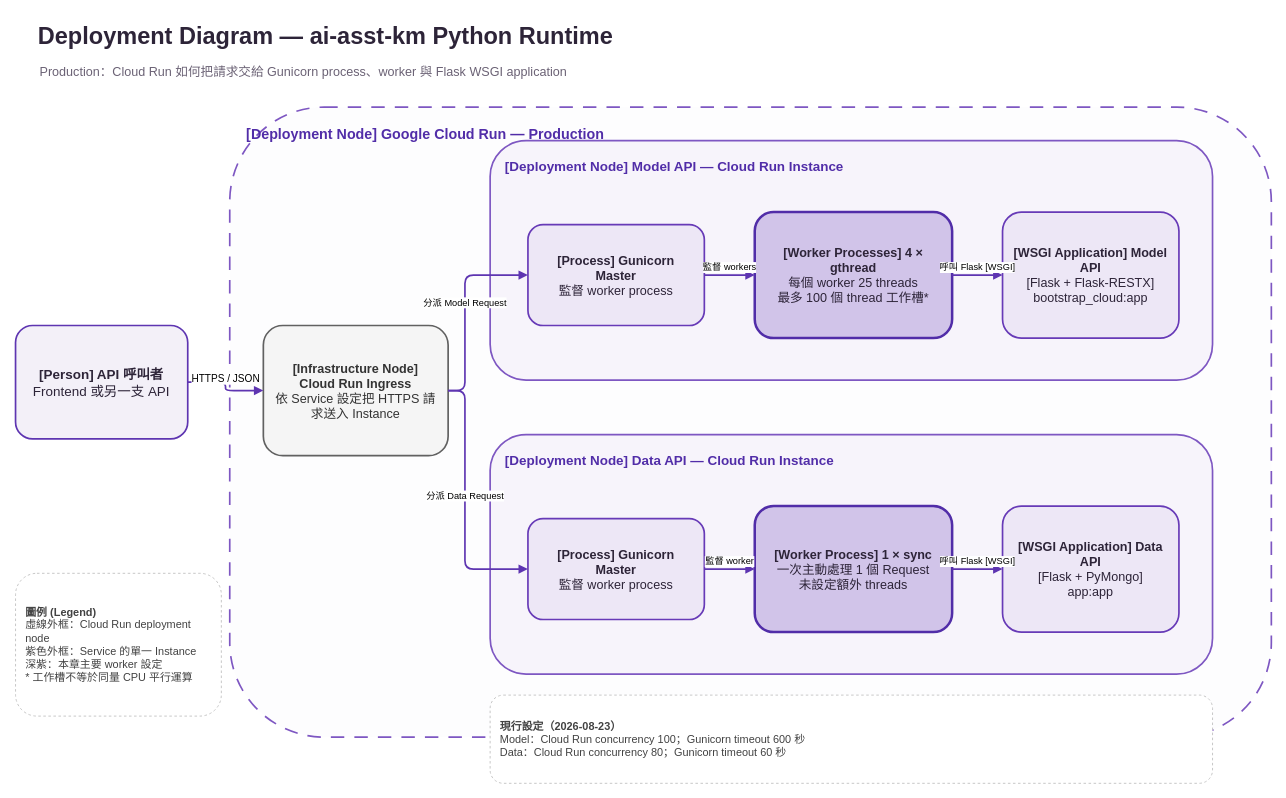
CaoCharles/ai-deploy-docs keeps this draw.io diagram as docs/assets/diagrams/source/04_cloud_run_gunicorn_flask_runtime.drawio. Above is the earlier version. Source tidied: cells renumbered, new cells numbered last; positions are measured from the earlier drawing's top-left corner, leaving out a move shared by most shapes. Both pictures are drawn from the tidied source at 84%, with x=0, y=0 at pixel (15, 14).
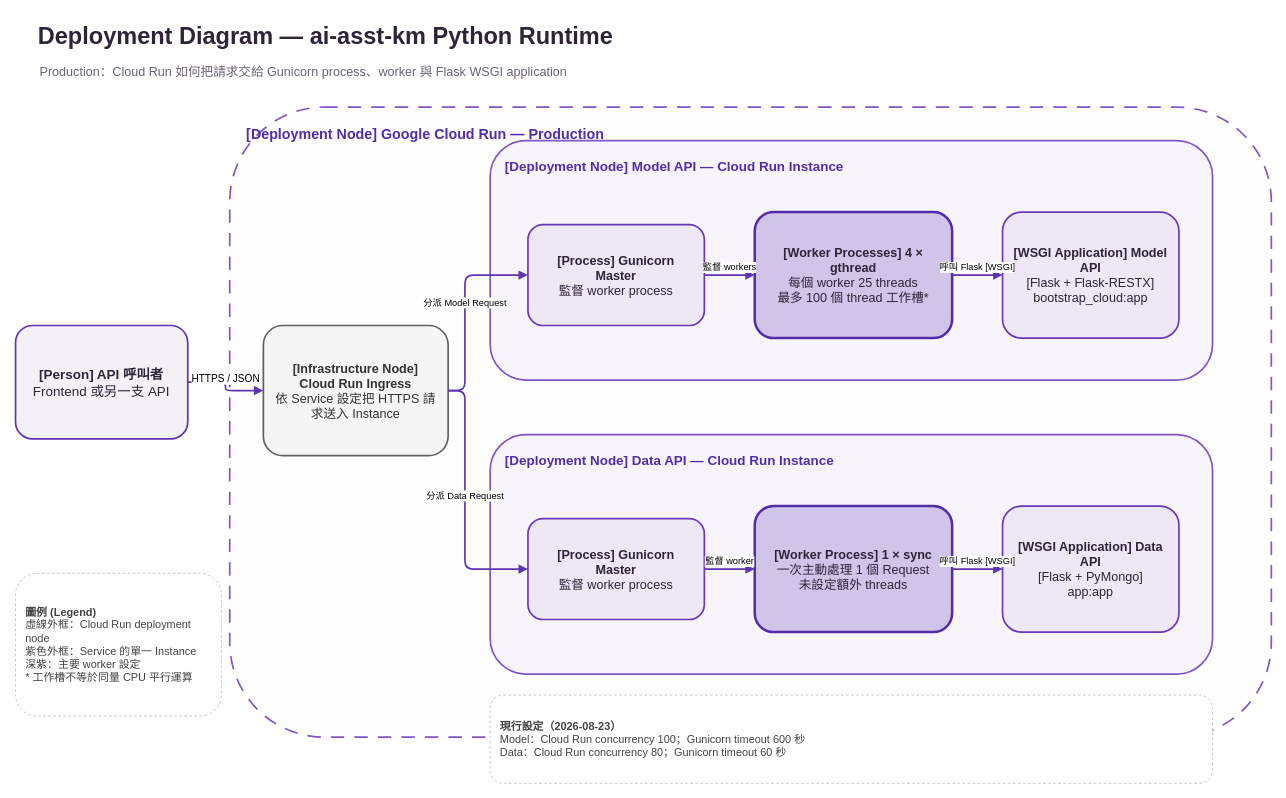
The same diagram, later.

The edit, as a diff of the source:
```diff
@@
-    <mxCell id="15" value="&lt;b&gt;圖例 (Legend)&lt;/b&gt;&lt;br&gt;虛線外框：Cloud Run deployment node&lt;br&gt;紫色外框：Service 的單一 Instance&lt;br&gt;深紫：本章主要 worker 設定&lt;br&gt;* 工作槽不等於同量 CPU 平行運算" style="rounded=1;whiteSpace=wrap;html=1;fillColor=#FFFFFF;strokeColor=#BDBDBD;dashed=1;fontFamily=Noto Sans TC;fontSize=13;fontColor=#424242;align=left;spacing=12;" parent="1" vertex="1">
+    <mxCell id="15" value="&lt;b&gt;圖例 (Legend)&lt;/b&gt;&lt;br&gt;虛線外框：Cloud Run deployment node&lt;br&gt;紫色外框：Service 的單一 Instance&lt;br&gt;深紫：主要 worker 設定&lt;br&gt;* 工作槽不等於同量 CPU 平行運算" style="rounded=1;whiteSpace=wrap;html=1;fillColor=#FFFFFF;strokeColor=#BDBDBD;dashed=1;fontFamily=Noto Sans TC;fontSize=13;fontColor=#424242;align=left;spacing=12;" parent="1" vertex="1">
       <mxGeometry y="665" width="245" height="170" as="geometry" />
     </mxCell>
```
